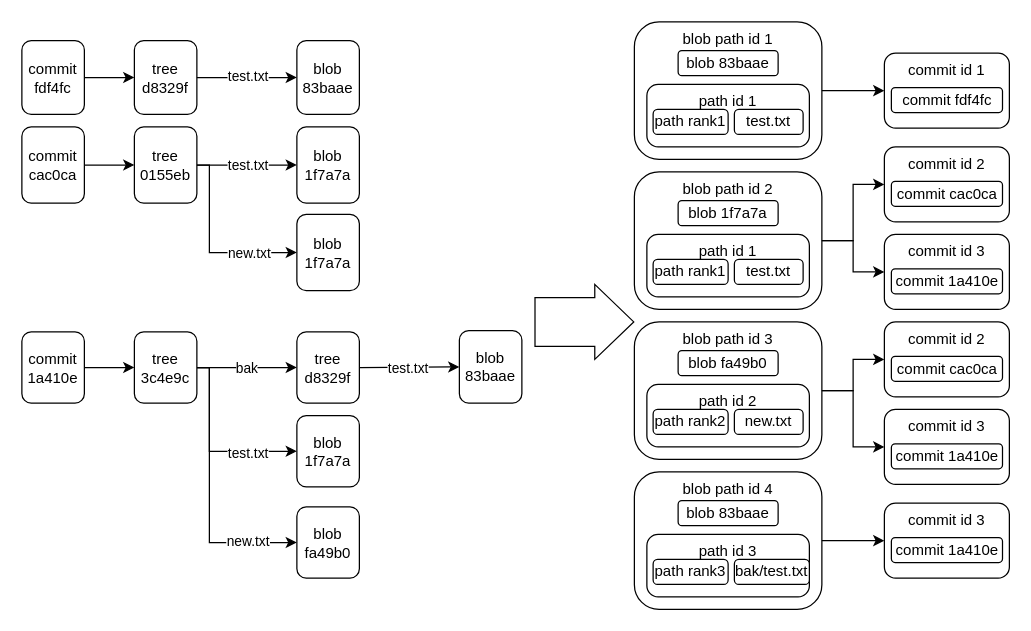
Earlier version of the draw.io diagram git-inverse.drawio (npc1054657282/diagram). Source tidied: cells renumbered, new cells numbered last; positions are measured from the earlier drawing's top-left corner, leaving out a move shared by most shapes. Both pictures are drawn from the tidied source at 125%, with x=0, y=0 at pixel (21, 21).
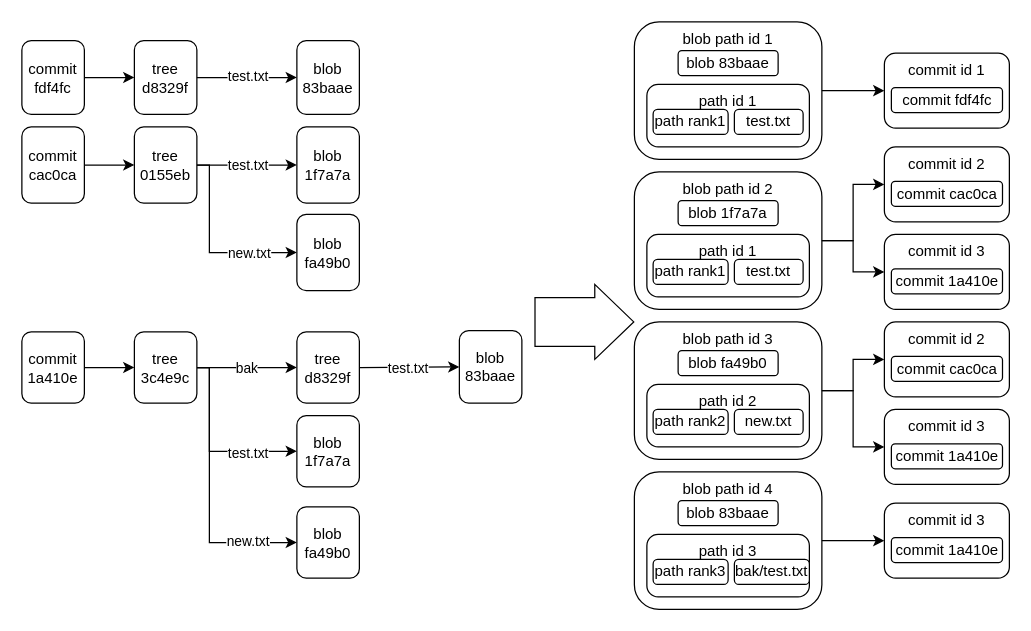
The same page after the edit.

The edit, as a diff of the source:
```diff
@@
-    <mxCell id="80" value="blob&lt;div&gt;1f7a7a&lt;/div&gt;" style="rounded=1;whiteSpace=wrap;html=1;" parent="1" vertex="1">
+    <mxCell id="80" value="blob&lt;div&gt;fa49b0&lt;/div&gt;" style="rounded=1;whiteSpace=wrap;html=1;" parent="1" vertex="1">
       <mxGeometry x="220" y="154" width="50" height="61" as="geometry" />
     </mxCell>
```
